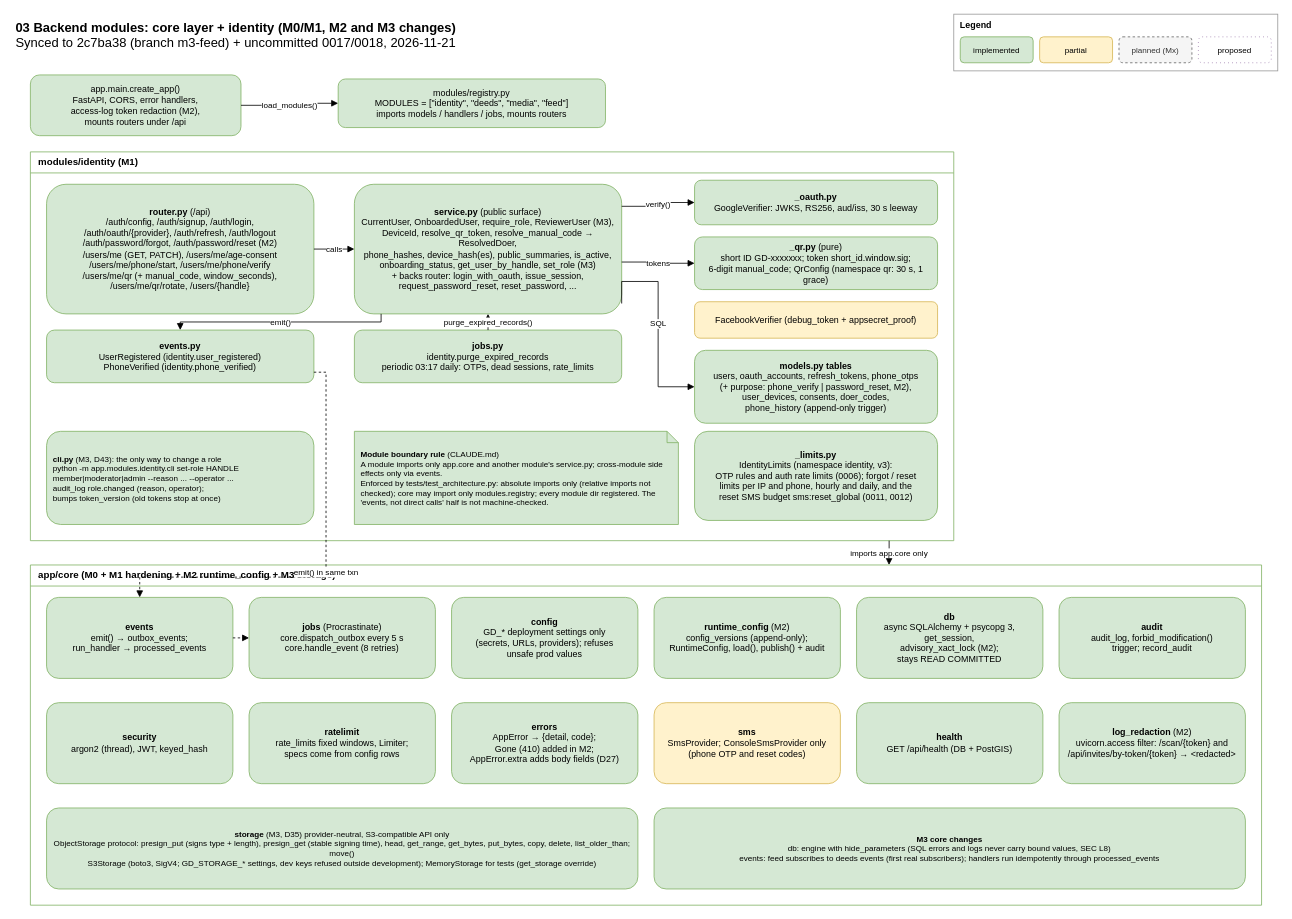
This is page "Core + identity (implemented)" (1 of 6) of docs/architecture/03-backend-modules.drawio from Ismail94M/Good-Deeds, a draw.io file, before an edit. Source tidied: cells renumbered, new cells numbered last; positions are measured from the earlier drawing's top-left corner, leaving out a move shared by most shapes. Both pictures are drawn from the tidied source at 81%, with x=0, y=0 at pixel (14, 14).
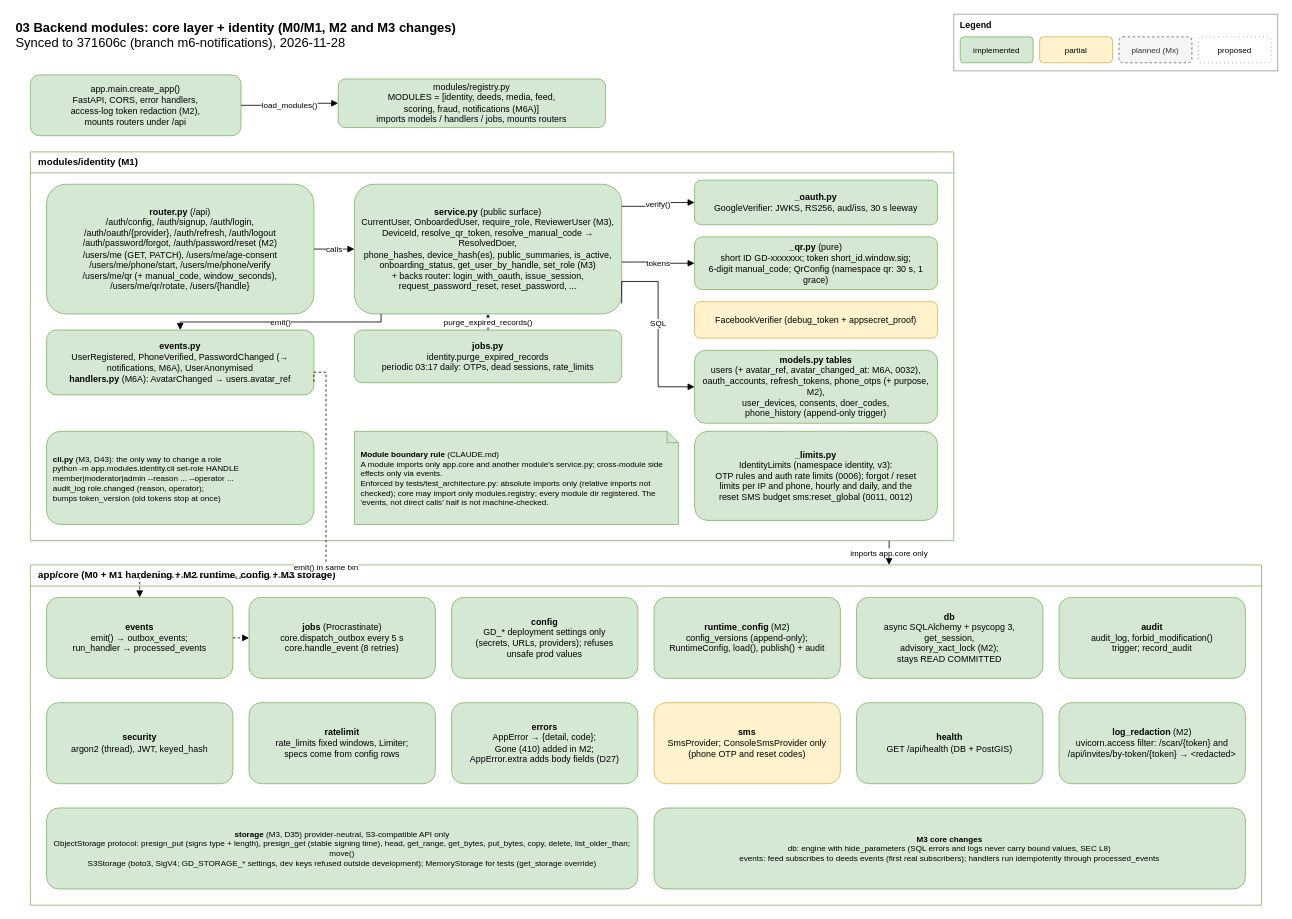
After the change.

Change to the diagram source:
```diff
@@
-    <mxCell id="2" value="&lt;b&gt;03 Backend modules: core layer + identity (M0/M1, M2 and M3 changes)&lt;/b&gt;&lt;br&gt;Synced to 2c7ba38 (branch m3-feed) + uncommitted 0017/0018, 2026-11-21" style="text;html=1;align=left;verticalAlign=top;fontSize=16;strokeColor=none;fillColor=none;" parent="1" vertex="1">
+    <mxCell id="2" value="&lt;b&gt;03 Backend modules: core layer + identity (M0/M1, M2 and M3 changes)&lt;/b&gt;&lt;br&gt;Synced to 371606c (branch m6-notifications), 2026-11-28" style="text;html=1;align=left;verticalAlign=top;fontSize=16;strokeColor=none;fillColor=none;" parent="1" vertex="1">
       <mxGeometry width="900" height="50" as="geometry" />
     </mxCell>
@@
-    <mxCell id="9" value="modules/registry.py&lt;br&gt;MODULES = [&quot;identity&quot;, &quot;deeds&quot;, &quot;media&quot;, &quot;feed&quot;]&lt;br&gt;imports models / handlers / jobs, mounts routers" style="rounded=1;whiteSpace=wrap;html=1;fontSize=11;fillColor=#d5e8d4;strokeColor=#82b366;" parent="1" vertex="1">
+    <mxCell id="9" value="modules/registry.py&lt;br&gt;MODULES = [identity, deeds, media, feed,&lt;br&gt;scoring, fraud, notifications (M6A)]&lt;br&gt;imports models / handlers / jobs, mounts routers" style="rounded=1;whiteSpace=wrap;html=1;fontSize=11;fillColor=#d5e8d4;strokeColor=#82b366;" parent="1" vertex="1">
       <mxGeometry x="400" y="80" width="330" height="60" as="geometry" />
     </mxCell>
@@
-    <mxCell id="17" value="&lt;b&gt;models.py tables&lt;/b&gt;&lt;br&gt;users, oauth_accounts, refresh_tokens, phone_otps&lt;br&gt;(+ purpose: phone_verify | password_reset, M2),&lt;br&gt;user_devices, consents, doer_codes,&lt;br&gt;phone_history (append-only trigger)" style="rounded=1;whiteSpace=wrap;html=1;fontSize=11;fillColor=#d5e8d4;strokeColor=#82b366;" parent="1" vertex="1">
+    <mxCell id="17" value="&lt;b&gt;models.py tables&lt;/b&gt;&lt;br&gt;users (+ avatar_ref, avatar_changed_at: M6A, 0032),&lt;br&gt;oauth_accounts, refresh_tokens, phone_otps (+ purpose, M2),&lt;br&gt;user_devices, consents, doer_codes,&lt;br&gt;phone_history (append-only trigger)" style="rounded=1;whiteSpace=wrap;html=1;fontSize=11;fillColor=#d5e8d4;strokeColor=#82b366;" parent="1" vertex="1">
       <mxGeometry x="840" y="415" width="300" height="90" as="geometry" />
     </mxCell>
-    <mxCell id="18" value="&lt;b&gt;events.py&lt;/b&gt;&lt;br&gt;UserRegistered (identity.user_registered)&lt;br&gt;PhoneVerified (identity.phone_verified)" style="rounded=1;whiteSpace=wrap;html=1;fontSize=11;fillColor=#d5e8d4;strokeColor=#82b366;" parent="1" vertex="1">
-      <mxGeometry x="40" y="390" width="330" height="65" as="geometry" />
+    <mxCell id="18" value="&lt;b&gt;events.py&lt;/b&gt;&lt;br&gt;UserRegistered, PhoneVerified, PasswordChanged (→ notifications, M6A), UserAnonymised&lt;br&gt;&lt;b&gt;handlers.py&lt;/b&gt; (M6A): AvatarChanged → users.avatar_ref" style="rounded=1;whiteSpace=wrap;html=1;fontSize=11;fillColor=#d5e8d4;strokeColor=#82b366;" parent="1" vertex="1">
+      <mxGeometry x="40" y="390" width="330" height="80" as="geometry" />
     </mxCell>
```
